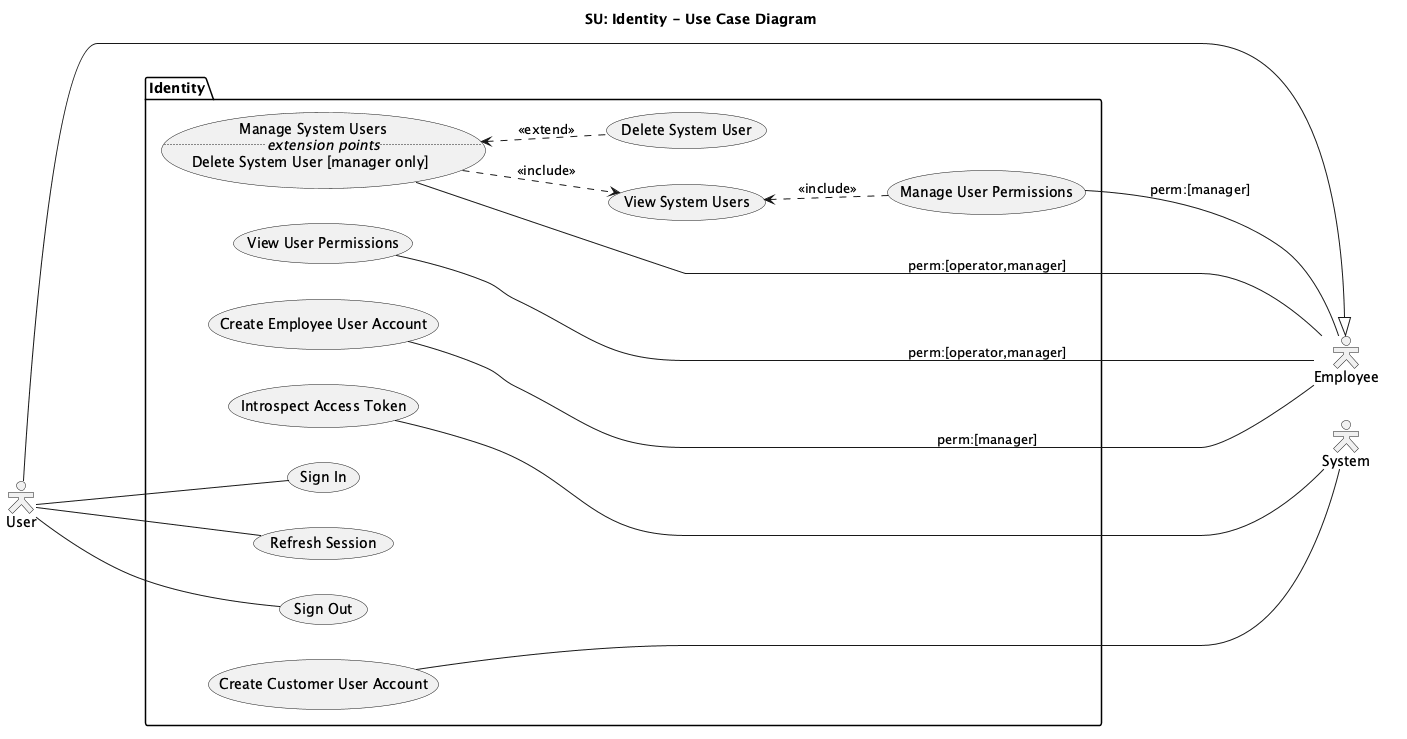
Before: docs/diagrams/exports/use-case-identity.png, a diagram exported from PlantUML (draganovik/matterway).
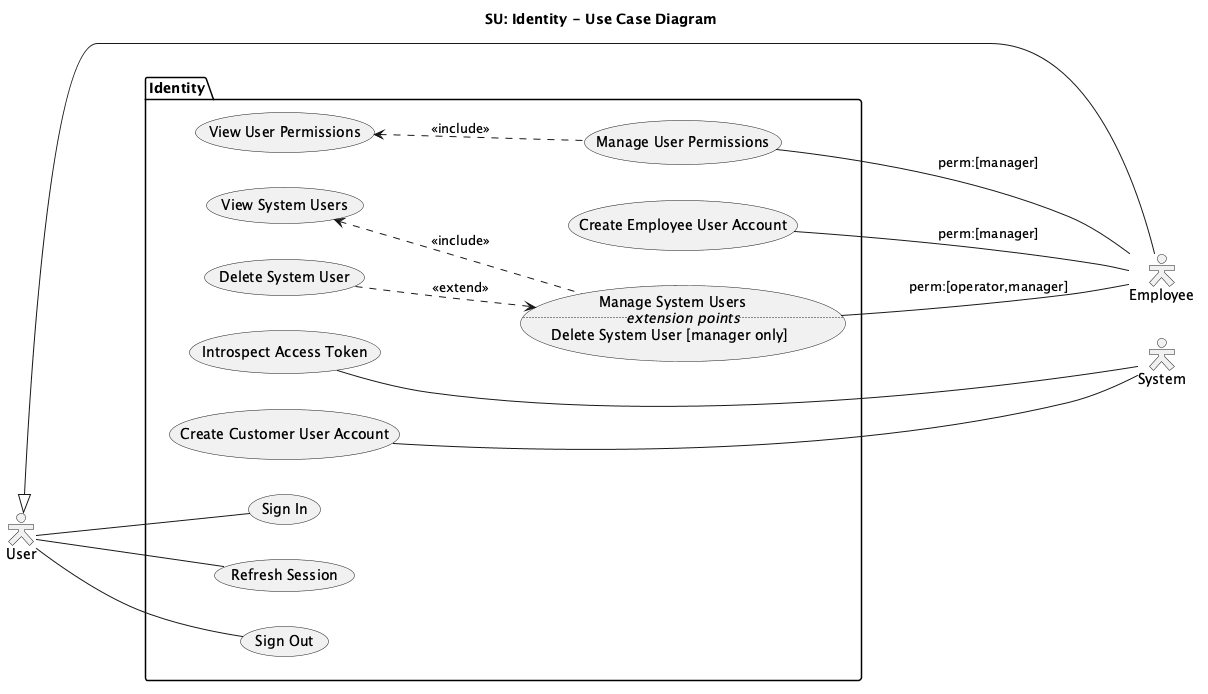
Later version of the same file.

Diff of the diagram source:
```diff
@@ -6,17 +6,19 @@
 
 actor user as "User"
 
-rectangle #line:transparent {
+together {
   actor empl as "Employee"
   actor sysm as "System"
 }
 
-user --|> empl
+user <|-- empl
 
 package "Identity" {
-  usecase signIn as "Sign In"
-  usecase refreshSession as "Refresh Session"
-  usecase signOut as "Sign Out"
+  together {
+    usecase signIn as "Sign In"
+    usecase refreshSession as "Refresh Session"
+    usecase signOut as "Sign Out"
+  }
 
   usecase manageSystemUsers as "Manage System Users
                                 ..<i>extension points</i>..
@@ -24,16 +26,20 @@
   usecase deleteSystemUser as "Delete System User"
   usecase viewSystemUsers as "View System Users"
 
-  usecase viewUserPermissions as "View User Permissions"
-  usecase manageUserPermissions as "Manage User Permissions"
+  together {
+    usecase viewUserPermissions as "View User Permissions"
+    usecase manageUserPermissions as "Manage User Permissions"
+    usecase createEmployeeAccount as "Create Employee User Account"
+  }
 
-  usecase createEmployeeAccount as "Create Employee User Account"
-  usecase createCustomerAccount as "Create Customer User Account"
-  usecase introspectAccessToken as "Introspect Access Token"
+  together {
+    usecase createCustomerAccount as "Create Customer User Account"
+    usecase introspectAccessToken as "Introspect Access Token"
+  }
 
-  manageSystemUsers .down.> viewSystemUsers : <<include>>
-  manageUserPermissions .up.> viewSystemUsers : <<include>>
-  deleteSystemUser .up.> manageSystemUsers : <<extend>>
+  manageUserPermissions .u.> viewUserPermissions : <<include>>
+  manageSystemUsers .u.> viewSystemUsers : <<include>>
+  manageSystemUsers <.u. deleteSystemUser : <<extend>>
 }
 
 user --- signIn
@@ -41,7 +47,7 @@
 user --- signOut
 
 manageSystemUsers --- empl : perm:[operator,manager]
-viewUserPermissions --- empl : perm:[operator,manager]
+
 manageUserPermissions --- empl : perm:[manager]
 createEmployeeAccount --- empl : perm:[manager]
 
```
